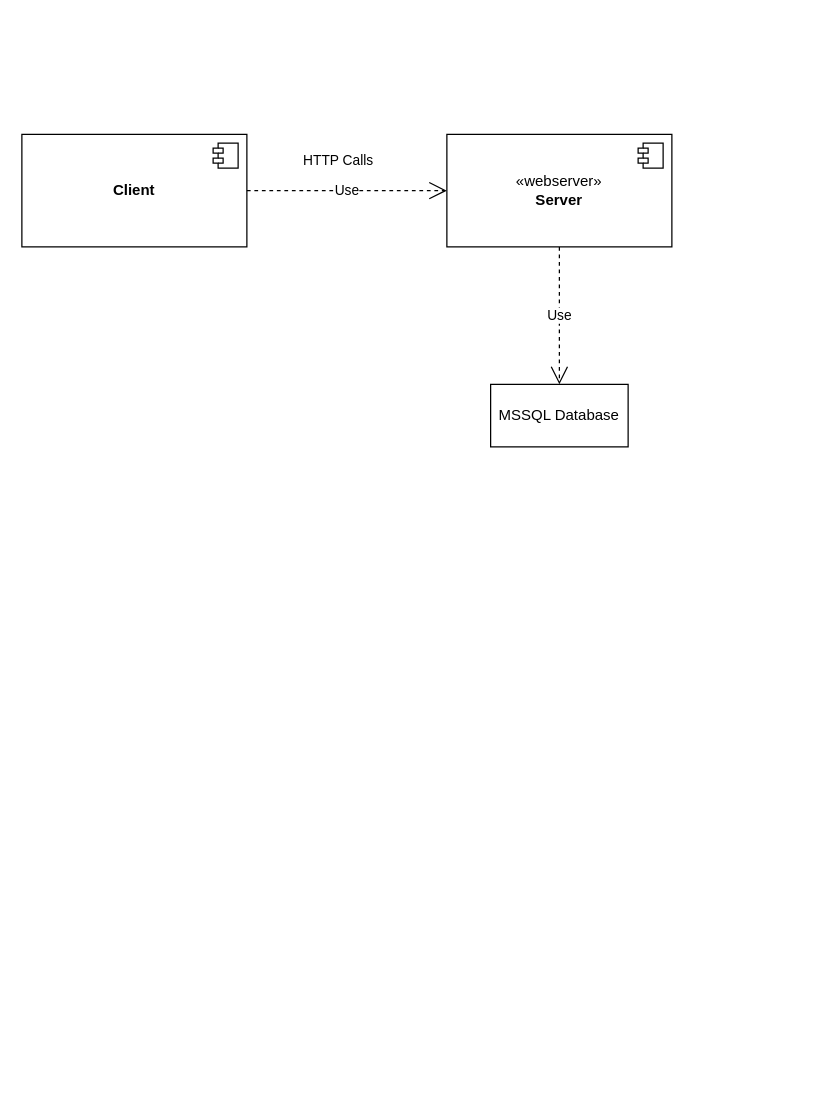
The draw.io diagram docs/diagrams/ArchitectureDeploy.drawio in ITU-BDSA23-GROUP21/Chirp, before the edit. Source tidied: cells renumbered, new cells numbered last; positions are measured from the earlier drawing's top-left corner, leaving out a move shared by most shapes. Both pictures are drawn from the tidied source at 125%, with x=0, y=0 at pixel (21, 134).
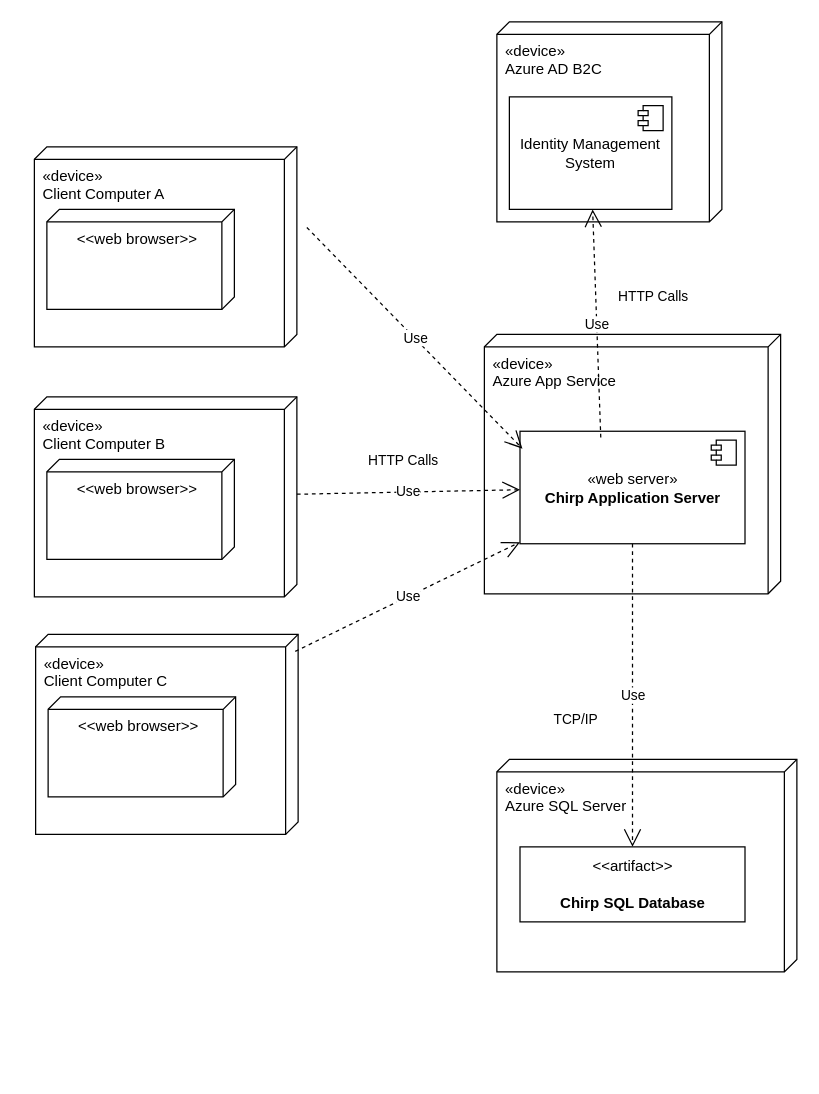
The same page after the edit.

Commit message (it also covers changes not shown here):
change to use deployment diagram

Change to the diagram source:
```diff
@@
-    <mxCell id="0" />
-    <mxCell id="1" parent="0" />
-    <mxCell id="2" value="&lt;b&gt;Client&lt;/b&gt;" style="html=1;whiteSpace=wrap;" parent="1" vertex="1">
-      <mxGeometry width="180" height="90" as="geometry" />
-    </mxCell>
-    <mxCell id="3" style="shape=module;jettyWidth=8;jettyHeight=4;" parent="2" vertex="1">
-      <mxGeometry x="1" width="20" height="20" relative="1" as="geometry">
-        <mxPoint x="-27" y="7" as="offset" />
-      </mxGeometry>
-    </mxCell>
-    <mxCell id="4" value="Use" style="endArrow=open;endSize=12;dashed=1;html=1;rounded=0;" parent="1" edge="1" source="2" target="6">
-      <mxGeometry relative="1" as="geometry" />
-    </mxCell>
-    <mxCell id="5" value="HTTP Calls" style="edgeLabel;html=1;align=center;verticalAlign=middle;" parent="4" vertex="1">
-      <mxGeometry x="0.41" y="2" relative="1" as="geometry">
-        <mxPoint x="-41" y="-23" as="offset" />
-      </mxGeometry>
-    </mxCell>
-    <mxCell id="6" value="«webserver»&lt;br&gt;&lt;b&gt;Server&lt;/b&gt;" style="html=1;whiteSpace=wrap;" parent="1" vertex="1">
-      <mxGeometry x="340" width="180" height="90" as="geometry" />
-    </mxCell>
-    <mxCell id="7" style="shape=module;jettyWidth=8;jettyHeight=4;" parent="6" vertex="1">
-      <mxGeometry x="1" width="20" height="20" relative="1" as="geometry">
-        <mxPoint x="-27" y="7" as="offset" />
-      </mxGeometry>
-    </mxCell>
-    <mxCell id="8" value="Use" style="endArrow=open;endSize=12;dashed=1;html=1;rounded=0;" parent="1" edge="1" source="6" target="9">
-      <mxGeometry relative="1" as="geometry" />
-    </mxCell>
-    <mxCell id="9" value="MSSQL Database" style="html=1;whiteSpace=wrap;" parent="1" vertex="1">
-      <mxGeometry x="375" y="200" width="110" height="50" as="geometry" />
-    </mxCell>
+    <mxCell id="10" />
+    <mxCell id="11" parent="10" />
+    <mxCell id="12" value="«device»&lt;br&gt;Client Computer A" style="verticalAlign=top;align=left;shape=cube;size=10;direction=south;fontStyle=0;html=1;boundedLbl=1;spacingLeft=5;whiteSpace=wrap;" parent="11" vertex="1">
+      <mxGeometry x="10" y="10" width="210" height="160" as="geometry" />
+    </mxCell>
+    <mxCell id="13" value="&amp;lt;&amp;lt;web browser&amp;gt;&amp;gt;" style="verticalAlign=top;align=center;shape=cube;size=10;direction=south;html=1;boundedLbl=1;spacingLeft=5;whiteSpace=wrap;" parent="12" vertex="1">
+      <mxGeometry width="150" height="80" relative="1" as="geometry">
+        <mxPoint x="10" y="50" as="offset" />
+      </mxGeometry>
+    </mxCell>
+    <mxCell id="14" style="group;" parent="11" vertex="1">
+      <mxGeometry x="370" y="160" width="237" height="207.5" as="geometry" />
+    </mxCell>
+    <mxCell id="15" value="«device»&lt;br&gt;Azure App Service" style="verticalAlign=top;align=left;shape=cube;size=10;direction=south;fontStyle=0;html=1;boundedLbl=1;spacingLeft=5;whiteSpace=wrap;" parent="14" vertex="1">
+      <mxGeometry width="237" height="207.5" as="geometry" />
+    </mxCell>
+    <mxCell id="16" value="«web server»&lt;br&gt;&lt;b&gt;Chirp Application Server&lt;/b&gt;" style="html=1;whiteSpace=wrap;" parent="14" vertex="1">
+      <mxGeometry x="28.5" y="77.5" width="180" height="90" as="geometry" />
+    </mxCell>
+    <mxCell id="17" style="shape=module;jettyWidth=8;jettyHeight=4;" parent="16" vertex="1">
+      <mxGeometry x="1" width="20" height="20" relative="1" as="geometry">
+        <mxPoint x="-27" y="7" as="offset" />
+      </mxGeometry>
+    </mxCell>
+    <mxCell id="18" style="group;" parent="11" vertex="1">
+      <mxGeometry x="380" y="-90" width="180" height="160" as="geometry" />
+    </mxCell>
+    <mxCell id="19" value="«device»&lt;br&gt;Azure AD B2C" style="verticalAlign=top;align=left;shape=cube;size=10;direction=south;fontStyle=0;html=1;boundedLbl=1;spacingLeft=5;whiteSpace=wrap;" parent="18" vertex="1">
+      <mxGeometry width="180" height="160" as="geometry" />
+    </mxCell>
+    <mxCell id="20" value="Identity Management System" style="html=1;whiteSpace=wrap;" parent="18" vertex="1">
+      <mxGeometry x="10" y="60" width="130" height="90" as="geometry" />
+    </mxCell>
+    <mxCell id="21" style="shape=module;jettyWidth=8;jettyHeight=4;" parent="20" vertex="1">
+      <mxGeometry x="1" width="20" height="20" relative="1" as="geometry">
+        <mxPoint x="-27" y="7" as="offset" />
+      </mxGeometry>
+    </mxCell>
+    <mxCell id="22" style="group;" parent="11" vertex="1">
+      <mxGeometry x="380" y="500" width="240" height="250" as="geometry" />
+    </mxCell>
+    <mxCell id="23" value="«device»&lt;br&gt;Azure SQL Server&lt;br&gt;" style="verticalAlign=top;align=left;shape=cube;size=10;direction=south;fontStyle=0;html=1;boundedLbl=1;spacingLeft=5;whiteSpace=wrap;" parent="22" vertex="1">
+      <mxGeometry width="240" height="170" as="geometry" />
+    </mxCell>
+    <mxCell id="24" value="&amp;lt;&amp;lt;artifact&amp;gt;&amp;gt;&lt;br&gt;&lt;br&gt;&lt;b&gt;Chirp SQL Database&lt;/b&gt;" style="html=1;align=center;verticalAlign=middle;dashed=0;whiteSpace=wrap;" parent="22" vertex="1">
+      <mxGeometry x="18.5" y="70" width="180" height="60" as="geometry" />
+    </mxCell>
+    <mxCell id="25" value="«device»&lt;br&gt;Client Computer B" style="verticalAlign=top;align=left;shape=cube;size=10;direction=south;fontStyle=0;html=1;boundedLbl=1;spacingLeft=5;whiteSpace=wrap;" parent="11" vertex="1">
+      <mxGeometry x="10" y="210" width="210" height="160" as="geometry" />
+    </mxCell>
+    <mxCell id="26" value="&amp;lt;&amp;lt;web browser&amp;gt;&amp;gt;" style="verticalAlign=top;align=center;shape=cube;size=10;direction=south;html=1;boundedLbl=1;spacingLeft=5;whiteSpace=wrap;" parent="25" vertex="1">
+      <mxGeometry width="150" height="80" relative="1" as="geometry">
+        <mxPoint x="10" y="50" as="offset" />
+      </mxGeometry>
+    </mxCell>
+    <mxCell id="27" value="«device»&lt;br&gt;Client Computer C" style="verticalAlign=top;align=left;shape=cube;size=10;direction=south;fontStyle=0;html=1;boundedLbl=1;spacingLeft=5;whiteSpace=wrap;" parent="11" vertex="1">
+      <mxGeometry x="11" y="400" width="210" height="160" as="geometry" />
+    </mxCell>
+    <mxCell id="28" value="&amp;lt;&amp;lt;web browser&amp;gt;&amp;gt;" style="verticalAlign=top;align=center;shape=cube;size=10;direction=south;html=1;boundedLbl=1;spacingLeft=5;whiteSpace=wrap;" parent="27" vertex="1">
+      <mxGeometry width="150" height="80" relative="1" as="geometry">
+        <mxPoint x="10" y="50" as="offset" />
+      </mxGeometry>
+    </mxCell>
+    <mxCell id="29" value="Use" style="endArrow=open;endSize=12;dashed=1;html=1;rounded=0;exitX=0.403;exitY=-0.038;exitDx=0;exitDy=0;exitPerimeter=0;entryX=0.011;entryY=0.155;entryDx=0;entryDy=0;entryPerimeter=0;" parent="11" edge="1" source="12" target="16">
+      <mxGeometry relative="1" as="geometry" />
+    </mxCell>
+    <mxCell id="30" value="Use" style="endArrow=open;endSize=12;dashed=1;html=1;rounded=0;exitX=0.085;exitY=0.011;exitDx=0;exitDy=0;exitPerimeter=0;" parent="11" edge="1" source="27" target="16">
+      <mxGeometry relative="1" as="geometry" />
+    </mxCell>
+    <mxCell id="31" value="Use" style="endArrow=open;endSize=12;dashed=1;html=1;rounded=0;" parent="11" edge="1" source="25" target="16">
+      <mxGeometry relative="1" as="geometry" />
+    </mxCell>
+    <mxCell id="32" value="HTTP Calls" style="edgeLabel;html=1;align=center;verticalAlign=middle;" parent="31" vertex="1">
+      <mxGeometry x="0.41" y="2" relative="1" as="geometry">
+        <mxPoint x="-41" y="-23" as="offset" />
+      </mxGeometry>
+    </mxCell>
+    <mxCell id="33" value="Use" style="endArrow=open;endSize=12;dashed=1;html=1;rounded=0;exitX=0.359;exitY=0.056;exitDx=0;exitDy=0;exitPerimeter=0;" parent="11" edge="1" source="16" target="20">
+      <mxGeometry relative="1" as="geometry" />
+    </mxCell>
+    <mxCell id="34" value="HTTP Calls" style="edgeLabel;html=1;align=center;verticalAlign=middle;" parent="33" vertex="1">
+      <mxGeometry x="0.41" y="2" relative="1" as="geometry">
+        <mxPoint x="48" y="16" as="offset" />
+      </mxGeometry>
+    </mxCell>
+    <mxCell id="35" value="Use" style="endArrow=open;endSize=12;dashed=1;html=1;rounded=0;" parent="11" edge="1" source="16" target="24">
+      <mxGeometry relative="1" as="geometry" />
+    </mxCell>
+    <mxCell id="36" value="TCP/IP" style="edgeLabel;html=1;align=center;verticalAlign=middle;" parent="35" vertex="1">
+      <mxGeometry x="0.41" y="2" relative="1" as="geometry">
+        <mxPoint x="-48" y="-31" as="offset" />
+      </mxGeometry>
+    </mxCell>
```
